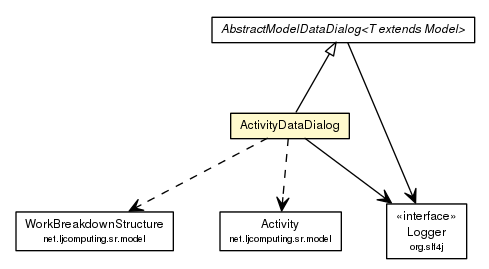
Before: net.ljcomputing.status-reporter-2/docs/javadoc/apidocs/net/ljcomputing/sr/fx/dialog/impl/ActivityDataDialog.png, a diagram exported from Graphviz (willmorejg/net.ljcomputing.sr2). Its source is kept beside it as net.ljcomputing.status-reporter-2/docs/javadoc/apidocs/net/ljcomputing/sr/fx/dialog/impl/ActivityDataDialog.dot.
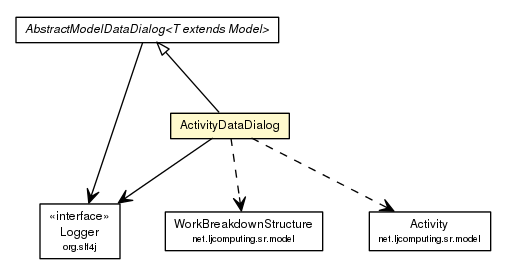
After the commit.

Change to the diagram source:
```diff
@@ -4,38 +4,38 @@
 	node [fontname="Helvetica",fontsize=10,shape=plaintext];
 	nodesep=0.25;
 	ranksep=0.5;
-	c2409 [label=<<table title="net.ljcomputing.sr.fx.dialog.impl.ActivityDataDialog" border="0" cellborder="1" cellspacing="0" cellpadding="2" port="p" bgcolor="lemonChiffon" href="./ActivityDataDialog.html">
+	c535 [label=<<table title="net.ljcomputing.sr.fx.dialog.impl.ActivityDataDialog" border="0" cellborder="1" cellspacing="0" cellpadding="2" port="p" bgcolor="lemonChiffon" href="./ActivityDataDialog.html">
 		<tr><td><table border="0" cellspacing="0" cellpadding="1">
 <tr><td align="center" balign="center"> ActivityDataDialog </td></tr>
 		</table></td></tr>
 		</table>>, URL="./ActivityDataDialog.html", fontname="Helvetica", fontcolor="black", fontsize=9.0];
-	c2410 [label=<<table title="net.ljcomputing.sr.fx.dialog.impl.AbstractModelDataDialog" border="0" cellborder="1" cellspacing="0" cellpadding="2" port="p" href="./AbstractModelDataDialog.html">
+	c536 [label=<<table title="net.ljcomputing.sr.fx.dialog.impl.AbstractModelDataDialog" border="0" cellborder="1" cellspacing="0" cellpadding="2" port="p" href="./AbstractModelDataDialog.html">
 		<tr><td><table border="0" cellspacing="0" cellpadding="1">
 <tr><td align="center" balign="center"><font face="Helvetica-Oblique"> AbstractModelDataDialog&lt;T extends Model&gt; </font></td></tr>
 		</table></td></tr>
 		</table>>, URL="./AbstractModelDataDialog.html", fontname="Helvetica", fontcolor="black", fontsize=9.0];
-	c2430 [label=<<table title="net.ljcomputing.sr.model.WorkBreakdownStructure" border="0" cellborder="1" cellspacing="0" cellpadding="2" port="p" href="../../../model/WorkBreakdownStructure.html">
+	c536:p -> c535:p [dir=back,arrowtail=empty];
+	c535:p -> c556:p [taillabel="", label="", headlabel="", fontname="Helvetica", fontcolor="black", fontsize=10.0, color="black", arrowhead=open];
+	c536:p -> c556:p [taillabel="", label="", headlabel="", fontname="Helvetica", fontcolor="black", fontsize=10.0, color="black", arrowhead=open];
+	c535:p -> c557:p [taillabel="", label="", headlabel="", fontname="Helvetica", fontcolor="black", fontsize=10.0, color="black", arrowhead=open, style=dashed];
+	c535:p -> c558:p [taillabel="", label="", headlabel="", fontname="Helvetica", fontcolor="black", fontsize=10.0, color="black", arrowhead=open, style=dashed];
+	c557 [label=<<table title="net.ljcomputing.sr.model.WorkBreakdownStructure" border="0" cellborder="1" cellspacing="0" cellpadding="2" port="p">
 		<tr><td><table border="0" cellspacing="0" cellpadding="1">
 <tr><td align="center" balign="center"> WorkBreakdownStructure </td></tr>
 <tr><td align="center" balign="center"><font point-size="7.0"> net.ljcomputing.sr.model </font></td></tr>
 		</table></td></tr>
-		</table>>, URL="../../../model/WorkBreakdownStructure.html", fontname="Helvetica", fontcolor="black", fontsize=9.0];
-	c2434 [label=<<table title="net.ljcomputing.sr.model.Activity" border="0" cellborder="1" cellspacing="0" cellpadding="2" port="p" href="../../../model/Activity.html">
-		<tr><td><table border="0" cellspacing="0" cellpadding="1">
-<tr><td align="center" balign="center"> Activity </td></tr>
-<tr><td align="center" balign="center"><font point-size="7.0"> net.ljcomputing.sr.model </font></td></tr>
-		</table></td></tr>
-		</table>>, URL="../../../model/Activity.html", fontname="Helvetica", fontcolor="black", fontsize=9.0];
-	c2410:p -> c2409:p [dir=back,arrowtail=empty];
-	c2409:p -> c2460:p [taillabel="", label="", headlabel="", fontname="Helvetica", fontcolor="black", fontsize=10.0, color="black", arrowhead=open];
-	c2410:p -> c2460:p [taillabel="", label="", headlabel="", fontname="Helvetica", fontcolor="black", fontsize=10.0, color="black", arrowhead=open];
-	c2409:p -> c2430:p [taillabel="", label="", headlabel="", fontname="Helvetica", fontcolor="black", fontsize=10.0, color="black", arrowhead=open, style=dashed];
-	c2409:p -> c2434:p [taillabel="", label="", headlabel="", fontname="Helvetica", fontcolor="black", fontsize=10.0, color="black", arrowhead=open, style=dashed];
-	c2460 [label=<<table title="org.slf4j.Logger" border="0" cellborder="1" cellspacing="0" cellpadding="2" port="p" href="http://www.slf4j.org/apidocs/org/slf4j/Logger.html">
+		</table>>, URL="null", fontname="Helvetica", fontcolor="black", fontsize=9.0];
+	c556 [label=<<table title="org.slf4j.Logger" border="0" cellborder="1" cellspacing="0" cellpadding="2" port="p" href="http://www.slf4j.org/apidocs/org/slf4j/Logger.html">
 		<tr><td><table border="0" cellspacing="0" cellpadding="1">
 <tr><td align="center" balign="center"> &#171;interface&#187; </td></tr>
 <tr><td align="center" balign="center"> Logger </td></tr>
 <tr><td align="center" balign="center"><font point-size="7.0"> org.slf4j </font></td></tr>
 		</table></td></tr>
 		</table>>, URL="http://www.slf4j.org/apidocs/org/slf4j/Logger.html", fontname="Helvetica", fontcolor="black", fontsize=9.0];
+	c558 [label=<<table title="net.ljcomputing.sr.model.Activity" border="0" cellborder="1" cellspacing="0" cellpadding="2" port="p">
+		<tr><td><table border="0" cellspacing="0" cellpadding="1">
+<tr><td align="center" balign="center"> Activity </td></tr>
+<tr><td align="center" balign="center"><font point-size="7.0"> net.ljcomputing.sr.model </font></td></tr>
+		</table></td></tr>
+		</table>>, URL="null", fontname="Helvetica", fontcolor="black", fontsize=9.0];
 }
```
